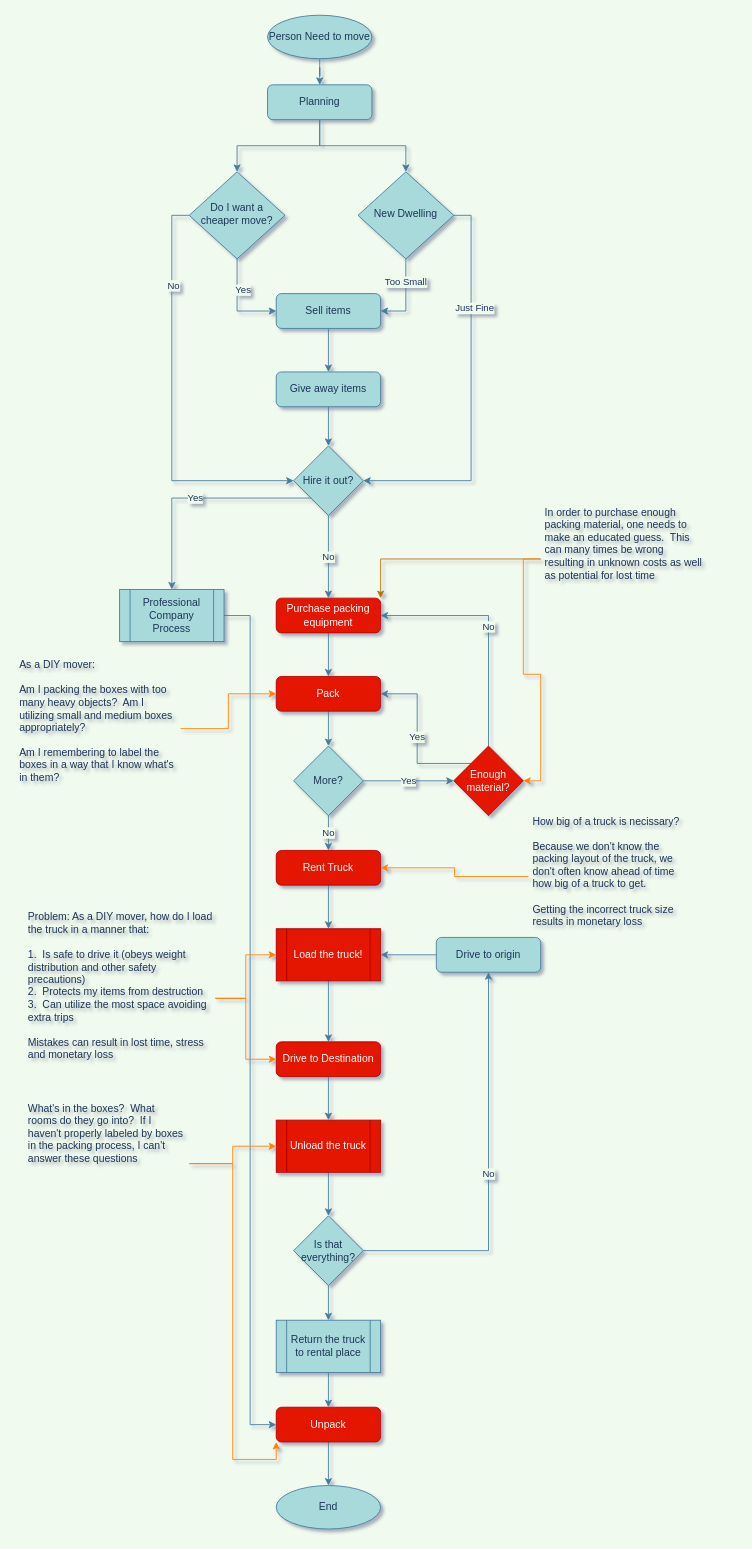
Above: Documents/Moving High Level Overview(3).drawio in LP-76/load.in (draw.io), before the change. Source tidied: cells renumbered, new cells numbered last; positions are measured from the earlier drawing's top-left corner, leaving out a move shared by most shapes. Both pictures are drawn from the tidied source at 87%, with x=0, y=0 at pixel (15, 15).
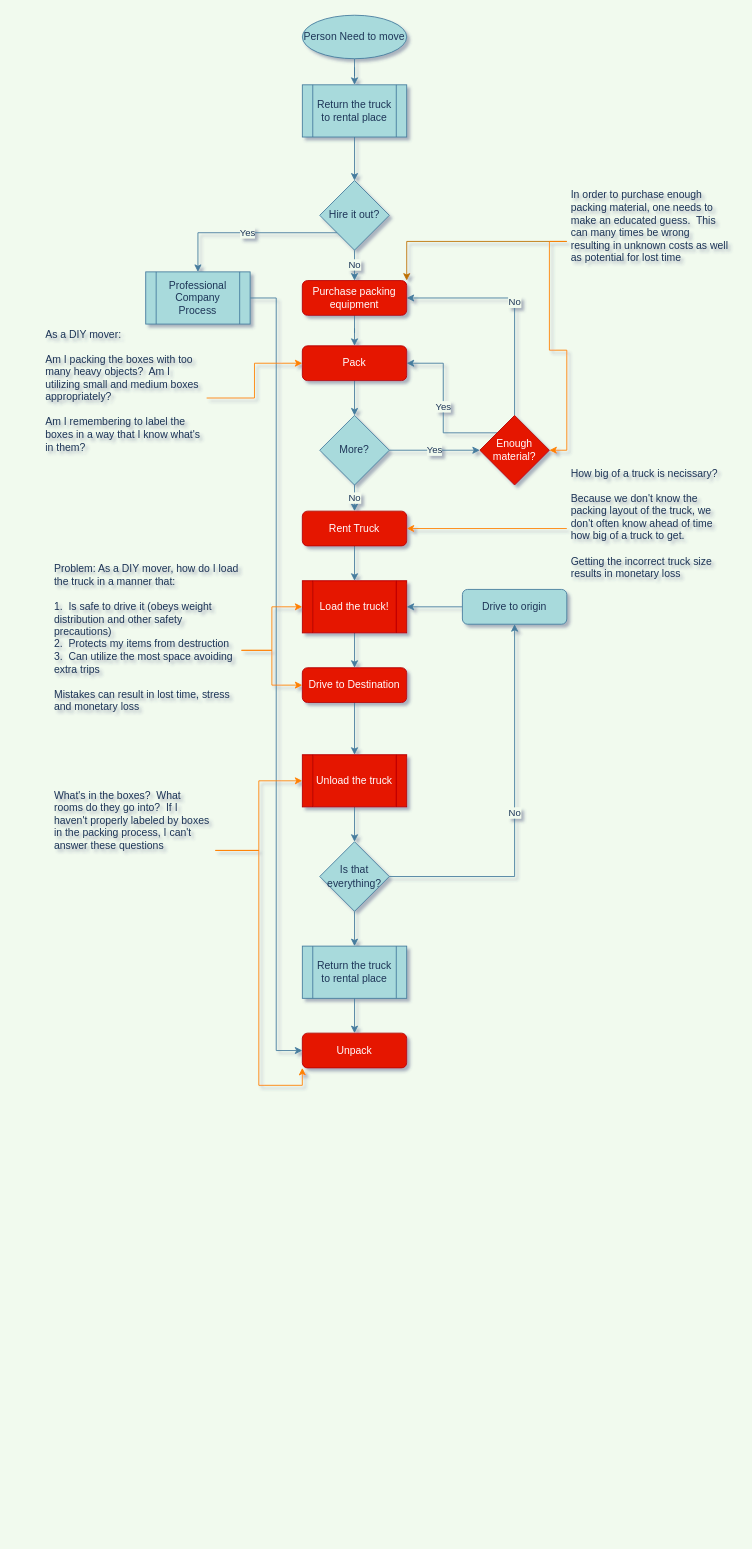
After the change.

Diff of the diagram source:
```diff
@@
-    <mxCell id="2" style="edgeStyle=orthogonalEdgeStyle;rounded=0;jettySize=auto;html=1;entryX=1;entryY=0.5;entryDx=0;entryDy=0;labelBackgroundColor=#F1FAEE;strokeColor=#457B9D;fontColor=#1D3557;" parent="1" edge="1" source="6" target="8">
-      <mxGeometry relative="1" as="geometry" />
-    </mxCell>
-    <mxCell id="3" value="Too Small" style="edgeLabel;html=1;align=center;verticalAlign=middle;labelBackgroundColor=#F1FAEE;fontColor=#1D3557;" parent="2" vertex="1">
-      <mxGeometry x="-0.41" y="-1" relative="1" as="geometry" />
-    </mxCell>
-    <mxCell id="4" style="edgeStyle=orthogonalEdgeStyle;rounded=0;jettySize=auto;html=1;entryX=1;entryY=0.5;entryDx=0;entryDy=0;exitX=1;exitY=0.5;exitDx=0;exitDy=0;labelBackgroundColor=#F1FAEE;strokeColor=#457B9D;fontColor=#1D3557;" parent="1" edge="1" source="6" target="24">
-      <mxGeometry relative="1" as="geometry" />
-    </mxCell>
-    <mxCell id="5" value="Just Fine" style="edgeLabel;html=1;align=center;verticalAlign=middle;labelBackgroundColor=#F1FAEE;fontColor=#1D3557;" parent="4" vertex="1">
-      <mxGeometry x="-0.44" y="3" relative="1" as="geometry" />
-    </mxCell>
-    <mxCell id="6" value="New Dwelling" style="rhombus;whiteSpace=wrap;html=1;shadow=0;fontFamily=Helvetica;fontSize=12;align=center;strokeWidth=1;spacing=6;spacingTop=-4;fillColor=#A8DADC;strokeColor=#457B9D;fontColor=#1D3557;" parent="1" vertex="1">
-      <mxGeometry x="394" y="180" width="110" height="100" as="geometry" />
-    </mxCell>
-    <mxCell id="7" style="edgeStyle=orthogonalEdgeStyle;rounded=0;jettySize=auto;html=1;exitX=0.5;exitY=1;exitDx=0;exitDy=0;labelBackgroundColor=#F1FAEE;strokeColor=#457B9D;fontColor=#1D3557;" parent="1" edge="1" source="8" target="16">
-      <mxGeometry relative="1" as="geometry" />
-    </mxCell>
-    <mxCell id="8" value="Sell items" style="rounded=1;whiteSpace=wrap;html=1;fontSize=12;glass=0;strokeWidth=1;shadow=0;fillColor=#A8DADC;strokeColor=#457B9D;fontColor=#1D3557;" parent="1" vertex="1">
-      <mxGeometry x="300" y="320" width="120" height="40" as="geometry" />
-    </mxCell>
-    <mxCell id="9" style="edgeStyle=orthogonalEdgeStyle;rounded=0;jettySize=auto;html=1;entryX=0.5;entryY=0;entryDx=0;entryDy=0;labelBackgroundColor=#F1FAEE;strokeColor=#457B9D;fontColor=#1D3557;" parent="1" edge="1" source="10" target="13">
+    <mxCell id="9" style="edgeStyle=orthogonalEdgeStyle;rounded=0;jettySize=auto;html=1;entryX=0.5;entryY=0;entryDx=0;entryDy=0;labelBackgroundColor=#F1FAEE;strokeColor=#457B9D;fontColor=#1D3557;" parent="1" edge="1" source="10" target="69">
       <mxGeometry relative="1" as="geometry" />
     </mxCell>
     <mxCell id="10" value="Person Need to move" style="ellipse;whiteSpace=wrap;html=1;fillColor=#A8DADC;strokeColor=#457B9D;fontColor=#1D3557;" parent="1" vertex="1">
-      <mxGeometry x="290" width="120" height="50" as="geometry" />
+      <mxGeometry x="330" width="120" height="50" as="geometry" />
     </mxCell>
-    <mxCell id="11" style="edgeStyle=orthogonalEdgeStyle;rounded=0;jettySize=auto;html=1;entryX=0.5;entryY=0;entryDx=0;entryDy=0;labelBackgroundColor=#F1FAEE;strokeColor=#457B9D;fontColor=#1D3557;" parent="1" edge="1" source="13" target="6">
-      <mxGeometry relative="1" as="geometry" />
-    </mxCell>
-    <mxCell id="12" style="edgeStyle=orthogonalEdgeStyle;rounded=0;jettySize=auto;html=1;entryX=0.5;entryY=0;entryDx=0;entryDy=0;exitX=0.5;exitY=1;exitDx=0;exitDy=0;labelBackgroundColor=#F1FAEE;strokeColor=#457B9D;fontColor=#1D3557;" parent="1" edge="1" source="13" target="21">
-      <mxGeometry relative="1" as="geometry" />
-    </mxCell>
-    <mxCell id="13" value="Planning" style="rounded=1;whiteSpace=wrap;html=1;fontSize=12;glass=0;strokeWidth=1;shadow=0;fillColor=#A8DADC;strokeColor=#457B9D;fontColor=#1D3557;" parent="1" vertex="1">
-      <mxGeometry x="290" y="80" width="120" height="40" as="geometry" />
-    </mxCell>
-    <mxCell id="14" value="End" style="ellipse;whiteSpace=wrap;html=1;fillColor=#A8DADC;strokeColor=#457B9D;fontColor=#1D3557;" parent="1" vertex="1">
-      <mxGeometry x="300" y="1690" width="120" height="50" as="geometry" />
-    </mxCell>
-    <mxCell id="15" style="edgeStyle=orthogonalEdgeStyle;rounded=0;jettySize=auto;html=1;entryX=0.5;entryY=0;entryDx=0;entryDy=0;labelBackgroundColor=#F1FAEE;strokeColor=#457B9D;fontColor=#1D3557;" parent="1" edge="1" source="16" target="24">
-      <mxGeometry relative="1" as="geometry" />
-    </mxCell>
-    <mxCell id="16" value="Give away items" style="rounded=1;whiteSpace=wrap;html=1;fontSize=12;glass=0;strokeWidth=1;shadow=0;fillColor=#A8DADC;strokeColor=#457B9D;fontColor=#1D3557;" parent="1" vertex="1">
-      <mxGeometry x="300" y="410" width="120" height="40" as="geometry" />
-    </mxCell>
-    <mxCell id="17" style="edgeStyle=orthogonalEdgeStyle;rounded=0;jettySize=auto;html=1;entryX=0;entryY=0.5;entryDx=0;entryDy=0;labelBackgroundColor=#F1FAEE;strokeColor=#457B9D;fontColor=#1D3557;" parent="1" edge="1" source="21" target="8">
-      <mxGeometry relative="1" as="geometry" />
-    </mxCell>
-    <mxCell id="18" value="Yes" style="edgeLabel;html=1;align=center;verticalAlign=middle;labelBackgroundColor=#F1FAEE;fontColor=#1D3557;" parent="17" vertex="1">
-      <mxGeometry x="-0.34" y="6" relative="1" as="geometry" />
-    </mxCell>
-    <mxCell id="19" style="edgeStyle=orthogonalEdgeStyle;rounded=0;jettySize=auto;html=1;entryX=0;entryY=0.5;entryDx=0;entryDy=0;exitX=0;exitY=0.5;exitDx=0;exitDy=0;labelBackgroundColor=#F1FAEE;strokeColor=#457B9D;fontColor=#1D3557;" parent="1" edge="1" source="21" target="24">
-      <mxGeometry relative="1" as="geometry" />
-    </mxCell>
-    <mxCell id="20" value="No" style="edgeLabel;html=1;align=center;verticalAlign=middle;labelBackgroundColor=#F1FAEE;fontColor=#1D3557;" parent="19" vertex="1">
-      <mxGeometry x="-0.57" y="1" relative="1" as="geometry" />
-    </mxCell>
-    <mxCell id="21" value="Do I want a cheaper move?" style="rhombus;whiteSpace=wrap;html=1;shadow=0;fontFamily=Helvetica;fontSize=12;align=center;strokeWidth=1;spacing=6;spacingTop=-4;fillColor=#A8DADC;strokeColor=#457B9D;fontColor=#1D3557;" parent="1" vertex="1">
-      <mxGeometry x="200" y="180" width="110" height="100" as="geometry" />
-    </mxCell>
@@
     <mxCell id="24" value="Hire it out?" style="rhombus;whiteSpace=wrap;html=1;fillColor=#A8DADC;strokeColor=#457B9D;fontColor=#1D3557;" parent="1" vertex="1">
-      <mxGeometry x="320" y="495" width="80" height="80" as="geometry" />
+      <mxGeometry x="350" y="190" width="80" height="80" as="geometry" />
     </mxCell>
@@
     <mxCell id="26" value="Purchase packing equipment" style="rounded=1;whiteSpace=wrap;html=1;fontSize=12;glass=0;strokeWidth=1;shadow=0;fillColor=#e51400;strokeColor=#B20000;fontColor=#ffffff;" parent="1" vertex="1">
-      <mxGeometry x="300" y="670" width="120" height="40" as="geometry" />
+      <mxGeometry x="330" y="305" width="120" height="40" as="geometry" />
     </mxCell>
@@
     <mxCell id="28" value="Pack" style="rounded=1;whiteSpace=wrap;html=1;fontSize=12;glass=0;strokeWidth=1;shadow=0;fillColor=#e51400;strokeColor=#B20000;fontColor=#ffffff;" parent="1" vertex="1">
-      <mxGeometry x="300" y="760" width="120" height="40" as="geometry" />
+      <mxGeometry x="330" y="380" width="120" height="40" as="geometry" />
     </mxCell>
@@
     <mxCell id="31" value="More?" style="rhombus;whiteSpace=wrap;html=1;fillColor=#A8DADC;strokeColor=#457B9D;fontColor=#1D3557;" parent="1" vertex="1">
-      <mxGeometry x="320" y="840" width="80" height="80" as="geometry" />
+      <mxGeometry x="350" y="460" width="80" height="80" as="geometry" />
     </mxCell>
@@
     <mxCell id="34" value="Enough material?" style="rhombus;whiteSpace=wrap;html=1;fillColor=#e51400;strokeColor=#B20000;fontColor=#ffffff;" parent="1" vertex="1">
-      <mxGeometry x="504" y="840" width="80" height="80" as="geometry" />
+      <mxGeometry x="534" y="460" width="80" height="80" as="geometry" />
     </mxCell>
@@
     <mxCell id="36" value="Rent Truck" style="rounded=1;whiteSpace=wrap;html=1;fontSize=12;glass=0;strokeWidth=1;shadow=0;fillColor=#e51400;strokeColor=#B20000;fontColor=#ffffff;" parent="1" vertex="1">
-      <mxGeometry x="300" y="960" width="120" height="40" as="geometry" />
+      <mxGeometry x="330" y="570" width="120" height="40" as="geometry" />
     </mxCell>
@@
     <mxCell id="38" value="Load the truck!" style="shape=process;whiteSpace=wrap;html=1;backgroundOutline=1;fillColor=#e51400;strokeColor=#B20000;fontColor=#ffffff;" parent="1" vertex="1">
-      <mxGeometry x="300" y="1050" width="120" height="60" as="geometry" />
+      <mxGeometry x="330" y="650" width="120" height="60" as="geometry" />
     </mxCell>
@@
     <mxCell id="40" value="Drive to Destination" style="rounded=1;whiteSpace=wrap;html=1;fontSize=12;glass=0;strokeWidth=1;shadow=0;fillColor=#e51400;strokeColor=#B20000;fontColor=#ffffff;" parent="1" vertex="1">
-      <mxGeometry x="300" y="1180" width="120" height="40" as="geometry" />
+      <mxGeometry x="330" y="750" width="120" height="40" as="geometry" />
     </mxCell>
@@
     <mxCell id="42" value="Unload the truck" style="shape=process;whiteSpace=wrap;html=1;backgroundOutline=1;fillColor=#e51400;strokeColor=#B20000;fontColor=#ffffff;" parent="1" vertex="1">
-      <mxGeometry x="300" y="1270" width="120" height="60" as="geometry" />
+      <mxGeometry x="330" y="850" width="120" height="60" as="geometry" />
     </mxCell>
@@
     <mxCell id="45" value="Is that everything?" style="rhombus;whiteSpace=wrap;html=1;fillColor=#A8DADC;strokeColor=#457B9D;fontColor=#1D3557;" parent="1" vertex="1">
-      <mxGeometry x="320" y="1380" width="80" height="80" as="geometry" />
+      <mxGeometry x="350" y="950" width="80" height="80" as="geometry" />
     </mxCell>
@@
     <mxCell id="47" value="Drive to origin" style="rounded=1;whiteSpace=wrap;html=1;fontSize=12;glass=0;strokeWidth=1;shadow=0;fillColor=#A8DADC;strokeColor=#457B9D;fontColor=#1D3557;" parent="1" vertex="1">
-      <mxGeometry x="484" y="1060" width="120" height="40" as="geometry" />
+      <mxGeometry x="514" y="660" width="120" height="40" as="geometry" />
     </mxCell>
@@
     <mxCell id="49" value="Return the truck to rental place" style="shape=process;whiteSpace=wrap;html=1;backgroundOutline=1;fillColor=#A8DADC;strokeColor=#457B9D;fontColor=#1D3557;" parent="1" vertex="1">
-      <mxGeometry x="300" y="1500" width="120" height="60" as="geometry" />
+      <mxGeometry x="330" y="1070" width="120" height="60" as="geometry" />
     </mxCell>
-    <mxCell id="50" style="edgeStyle=orthogonalEdgeStyle;rounded=0;jettySize=auto;html=1;labelBackgroundColor=#F1FAEE;strokeColor=#457B9D;fontColor=#1D3557;" parent="1" edge="1" source="51" target="14">
-      <mxGeometry relative="1" as="geometry" />
-    </mxCell>
     <mxCell id="51" value="Unpack" style="rounded=1;whiteSpace=wrap;html=1;fontSize=12;glass=0;strokeWidth=1;shadow=0;fillColor=#e51400;strokeColor=#B20000;fontColor=#ffffff;" parent="1" vertex="1">
-      <mxGeometry x="300" y="1600" width="120" height="40" as="geometry" />
+      <mxGeometry x="330" y="1170" width="120" height="40" as="geometry" />
     </mxCell>
@@
     <mxCell id="53" value="Professional Company Process" style="shape=process;whiteSpace=wrap;html=1;backgroundOutline=1;fillColor=#A8DADC;strokeColor=#457B9D;fontColor=#1D3557;" parent="1" vertex="1">
-      <mxGeometry x="120" y="660" width="120" height="60" as="geometry" />
+      <mxGeometry x="150" y="295" width="120" height="60" as="geometry" />
     </mxCell>
@@
     <mxCell id="56" value="In order to purchase enough packing material, one needs to make an educated guess.&amp;nbsp; This can many times be wrong resulting in unknown costs as well as potential for lost time" style="text;html=1;strokeColor=none;fillColor=none;spacing=5;spacingTop=-20;whiteSpace=wrap;overflow=hidden;rounded=0;fontColor=#1D3557;" parent="1" vertex="1">
-      <mxGeometry x="604" y="575" width="190" height="100" as="geometry" />
+      <mxGeometry x="634" y="210" width="190" height="100" as="geometry" />
     </mxCell>
@@
     <mxCell id="58" value="&lt;div&gt;How big of a truck is necissary?&lt;/div&gt;&lt;div&gt;&lt;br&gt;&lt;/div&gt;&lt;div&gt;Because we don't know the packing layout of the truck, we don't often know ahead of time how big of a truck to get.&lt;/div&gt;&lt;div&gt;&lt;br&gt;&lt;/div&gt;&lt;div&gt;Getting the incorrect truck size results in monetary loss&lt;br&gt;&lt;/div&gt;" style="text;html=1;strokeColor=none;fillColor=none;spacing=5;spacingTop=-20;whiteSpace=wrap;overflow=hidden;rounded=0;fontColor=#1D3557;" parent="1" vertex="1">
-      <mxGeometry x="590" y="930" width="190" height="120" as="geometry" />
+      <mxGeometry x="634" y="530" width="190" height="120" as="geometry" />
     </mxCell>
@@
     <mxCell id="61" value="&lt;div&gt;Problem: As a DIY mover, how do I load the truck in a manner that:&lt;/div&gt;&lt;div&gt;&lt;br&gt;&lt;/div&gt;&lt;div&gt;1.&amp;nbsp; Is safe to drive it (obeys weight distribution and other safety precautions)&lt;br&gt;&lt;/div&gt;&lt;div&gt;2.&amp;nbsp; Protects my items from destruction&lt;/div&gt;&lt;div&gt;3.&amp;nbsp; Can utilize the most space avoiding extra trips&lt;/div&gt;&lt;div&gt;&lt;br&gt;&lt;/div&gt;&lt;div&gt;Mistakes can result in lost time, stress and monetary loss&lt;br&gt;&lt;/div&gt;" style="text;html=1;strokeColor=none;fillColor=none;spacing=5;spacingTop=-20;whiteSpace=wrap;overflow=hidden;rounded=0;fontColor=#1D3557;" parent="1" vertex="1">
-      <mxGeometry x="10" y="1040" width="220" height="180" as="geometry" />
+      <mxGeometry x="40" y="640" width="220" height="180" as="geometry" />
     </mxCell>
@@
     <mxCell id="64" value="What's in the boxes?&amp;nbsp; What rooms do they go into?&amp;nbsp; If I haven't properly labeled by boxes in the packing process, I can't answer these questions" style="text;html=1;strokeColor=none;fillColor=none;spacing=5;spacingTop=-20;whiteSpace=wrap;overflow=hidden;rounded=0;fontColor=#1D3557;" parent="1" vertex="1">
-      <mxGeometry x="10" y="1260" width="190" height="120" as="geometry" />
+      <mxGeometry x="40" y="900" width="190" height="120" as="geometry" />
     </mxCell>
@@
     <mxCell id="67" value="&lt;div&gt;As a DIY mover:&lt;/div&gt;&lt;div&gt;&lt;br&gt;&lt;/div&gt;&lt;div&gt;Am I packing the boxes with too many heavy objects?&amp;nbsp; Am I utilizing small and medium boxes appropriately?&lt;br&gt;&lt;/div&gt;&lt;div&gt;&lt;br&gt;&lt;/div&gt;&lt;div&gt;Am I remembering to label the boxes in a way that I know what's in them?&lt;br&gt;&lt;/div&gt;" style="text;html=1;strokeColor=none;fillColor=none;spacing=5;spacingTop=-20;whiteSpace=wrap;overflow=hidden;rounded=0;fontColor=#1D3557;" parent="1" vertex="1">
-      <mxGeometry y="750" width="190" height="140" as="geometry" />
+      <mxGeometry x="30" y="370" width="190" height="140" as="geometry" />
     </mxCell>
+    <mxCell id="68" style="edgeStyle=orthogonalEdgeStyle;rounded=0;jettySize=auto;html=1;entryX=0.5;entryY=0;entryDx=0;entryDy=0;strokeColor=#457B9D;" parent="1" edge="1" source="69" target="24">
+      <mxGeometry relative="1" as="geometry" />
+    </mxCell>
+    <mxCell id="69" value="Return the truck to rental place" style="shape=process;whiteSpace=wrap;html=1;backgroundOutline=1;fillColor=#A8DADC;strokeColor=#457B9D;fontColor=#1D3557;" parent="1" vertex="1">
+      <mxGeometry x="330" y="80" width="120" height="60" as="geometry" />
+    </mxCell>
```
